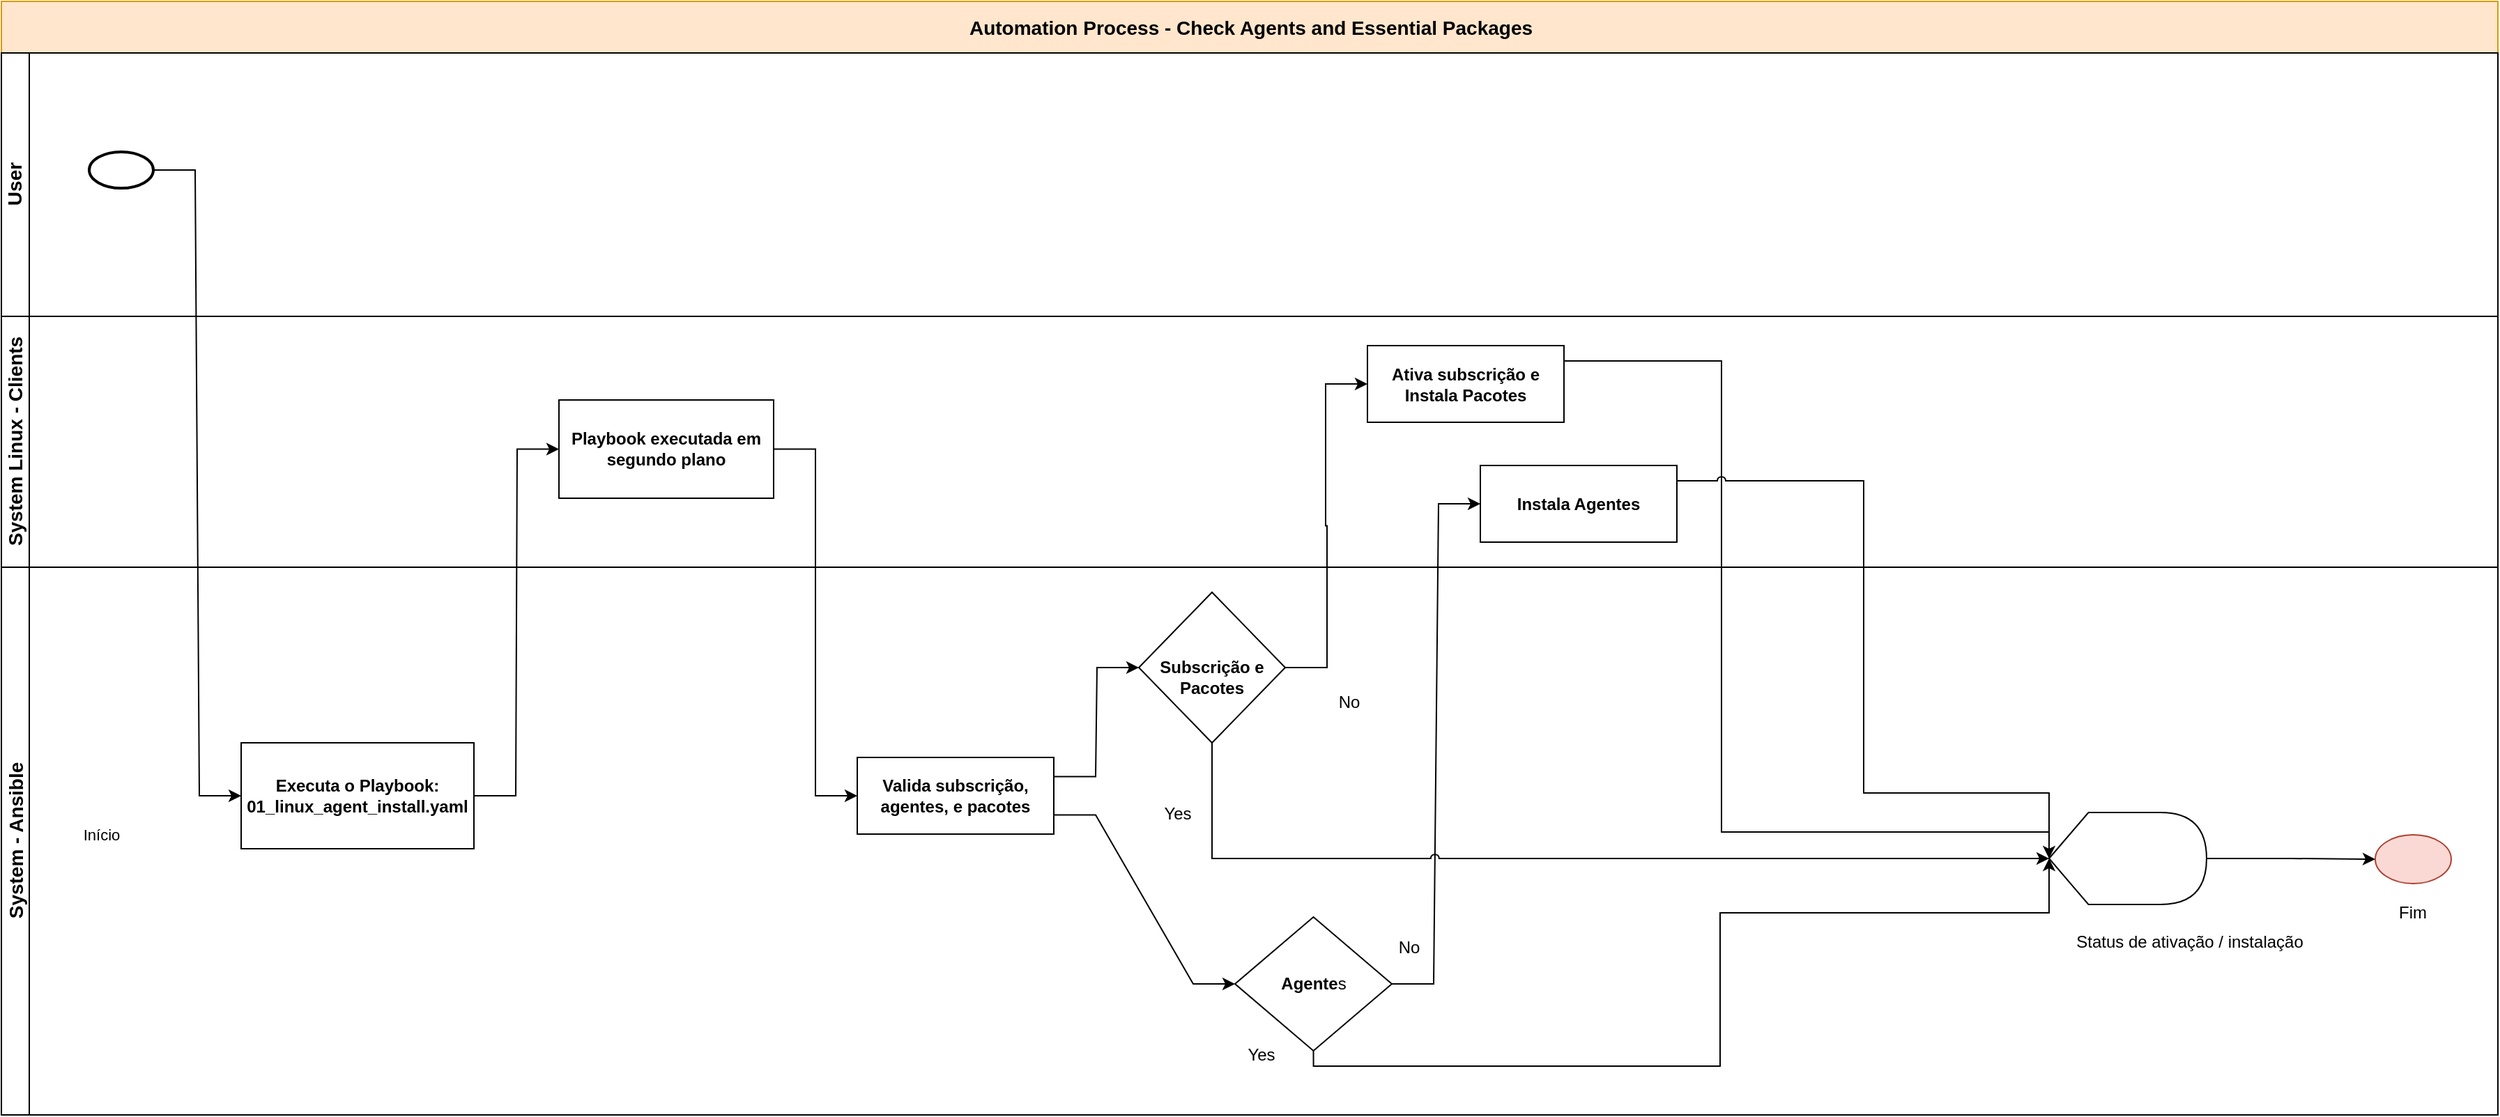
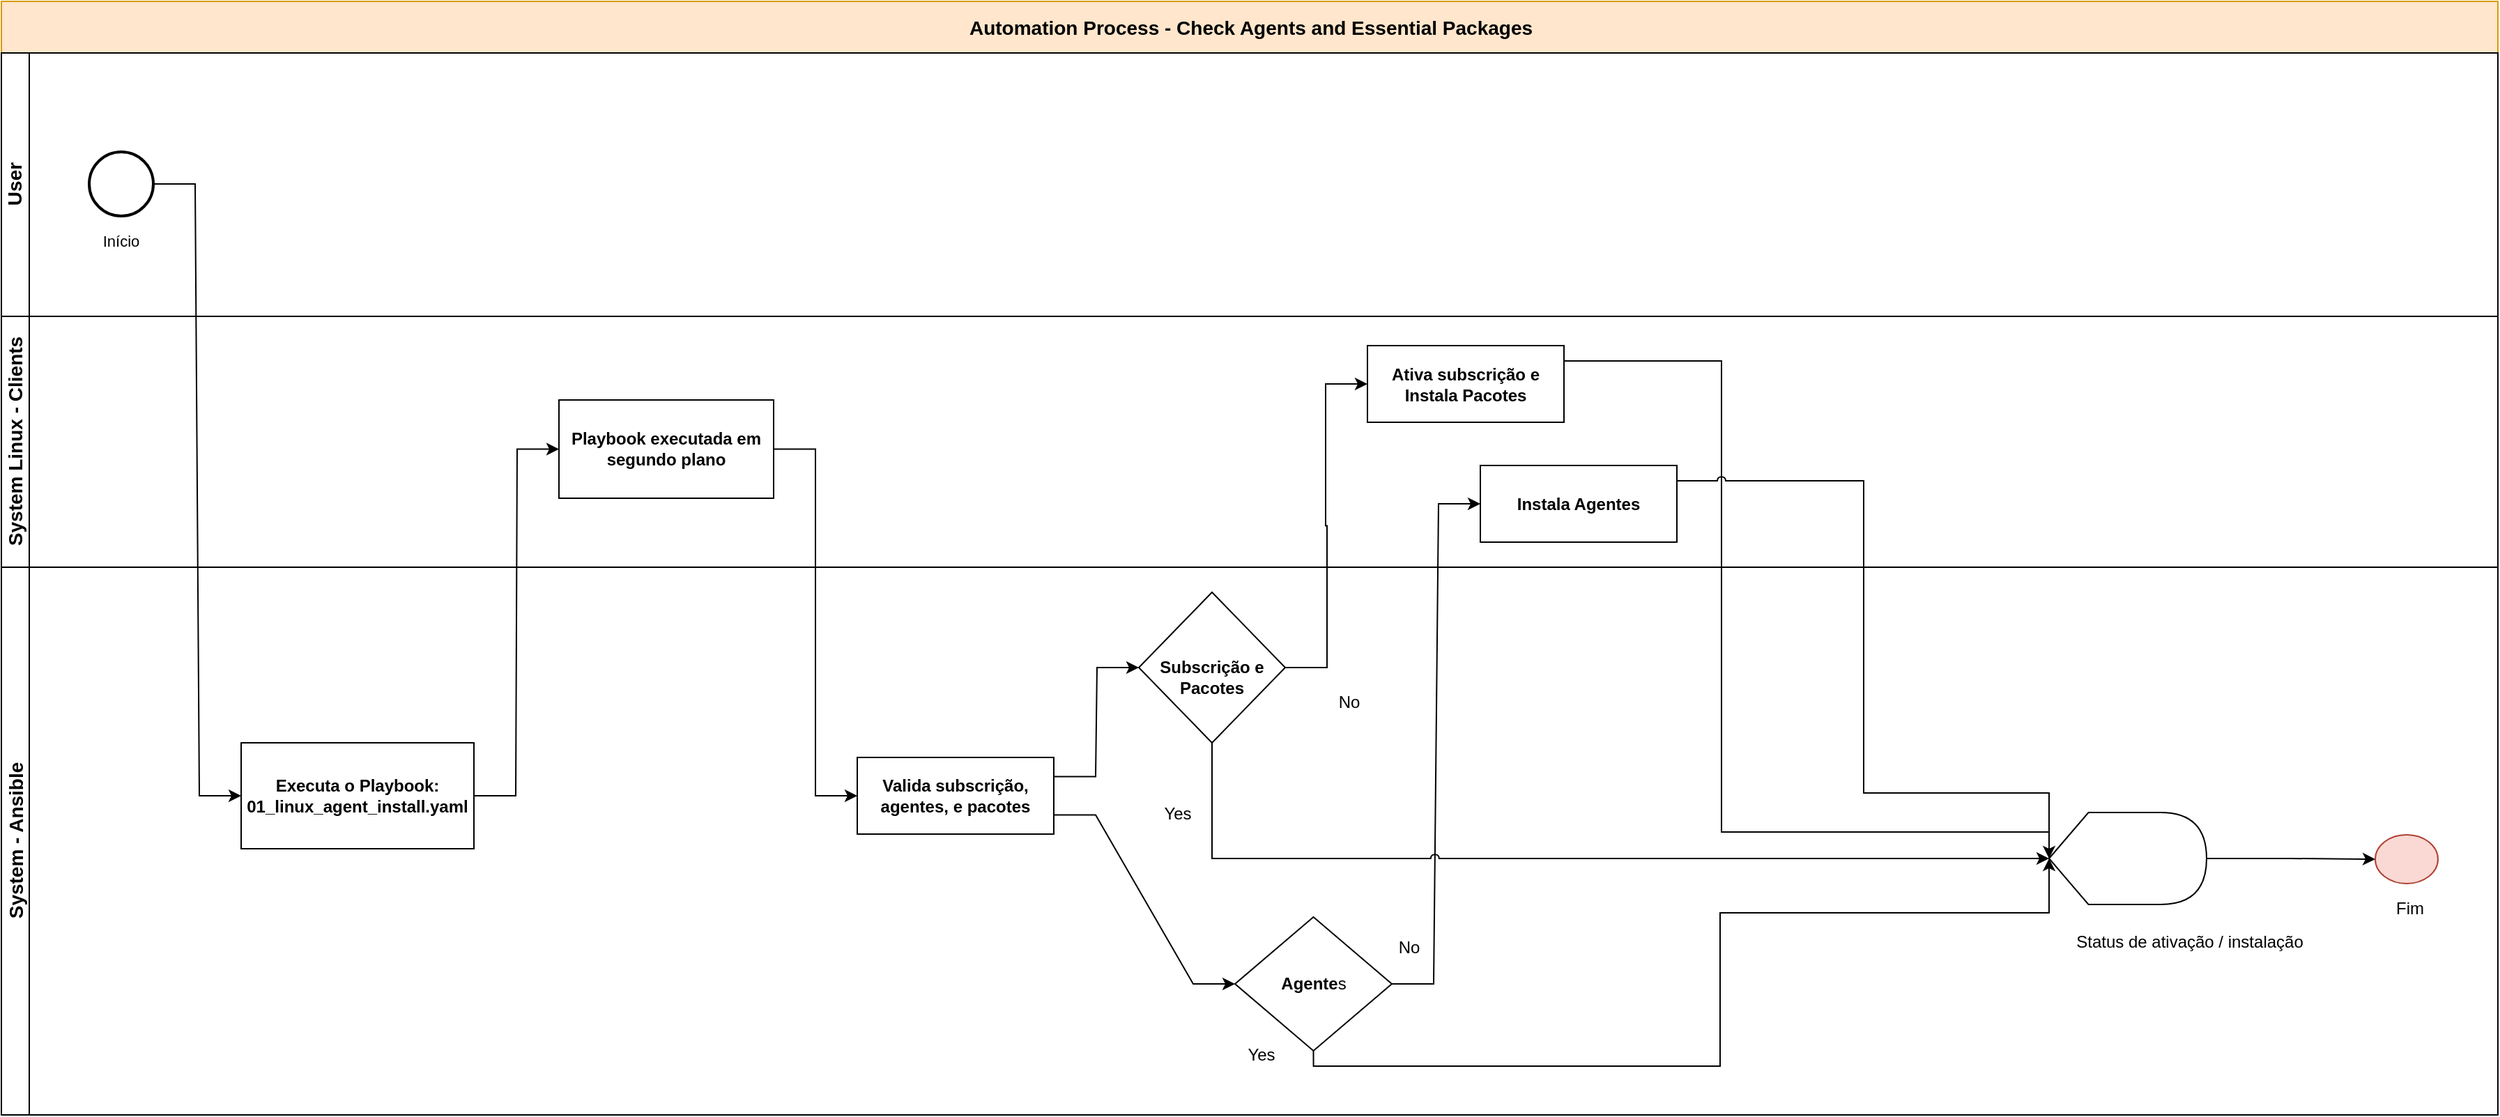
<mxfile host="app.diagrams.net">
  <diagram name="Page-1" id="64e8F4NmcQV0RyfO16XD">
    <mxGraphModel dx="2406" dy="1227" grid="0" gridSize="10" guides="1" tooltips="1" connect="1" arrows="1" fold="1" page="0" pageScale="1" pageWidth="850" pageHeight="1100" math="0" shadow="0">
      <root>
        <mxCell id="0" />
        <mxCell id="1" parent="0" />
        <mxCell id="l8U78lP06yOk8_NAmsvG-6" parent="1" style="swimlane;childLayout=stackLayout;resizeParent=1;resizeParentMax=0;horizontal=1;startSize=37;horizontalStack=0;html=1;fillColor=#ffe6cc;strokeColor=#d79b00;" value="&lt;font style=&quot;font-size: 14px;&quot;&gt;Automation Process - Check Agents and Essential Packages&lt;/font&gt;" vertex="1">
          <mxGeometry height="799" width="1791" x="-338" y="37" as="geometry" />
        </mxCell>
        <mxCell id="l8U78lP06yOk8_NAmsvG-7" parent="l8U78lP06yOk8_NAmsvG-6" style="swimlane;startSize=20;horizontal=0;html=1;" value="&lt;b&gt;&lt;font style=&quot;font-size: 14px;&quot;&gt;User&lt;/font&gt;&lt;/b&gt;" vertex="1">
          <mxGeometry height="189" width="1791" y="37" as="geometry" />
        </mxCell>
        <mxCell id="l8U78lP06yOk8_NAmsvG-2" parent="l8U78lP06yOk8_NAmsvG-7" style="strokeWidth=2;html=1;shape=mxgraph.flowchart.start_2;whiteSpace=wrap;" value="" vertex="1">
-           <mxGeometry height="26" width="46" x="63" y="71" as="geometry" />
+           <mxGeometry height="46" width="46" x="63" y="71" as="geometry" />
+         </mxCell>
+         <mxCell id="l8U78lP06yOk8_NAmsvG-11" parent="l8U78lP06yOk8_NAmsvG-7" style="text;html=1;whiteSpace=wrap;strokeColor=none;fillColor=none;align=center;verticalAlign=middle;rounded=0;" value="&lt;font style=&quot;font-size: 11px;&quot;&gt;Início&lt;/font&gt;" vertex="1">
+           <mxGeometry height="30" width="60" x="56" y="120" as="geometry" />
        </mxCell>
        <mxCell id="l8U78lP06yOk8_NAmsvG-16" edge="1" parent="l8U78lP06yOk8_NAmsvG-6" source="l8U78lP06yOk8_NAmsvG-13" style="endArrow=classic;html=1;rounded=0;exitX=1;exitY=0.5;exitDx=0;exitDy=0;edgeStyle=entityRelationEdgeStyle;entryX=0;entryY=0.5;entryDx=0;entryDy=0;endFill=1;" target="l8U78lP06yOk8_NAmsvG-15" value="">
          <mxGeometry height="50" relative="1" width="50" as="geometry">
            <mxPoint x="434" y="285" as="sourcePoint" />
            <mxPoint x="435" y="455" as="targetPoint" />
          </mxGeometry>
        </mxCell>
        <mxCell id="l8U78lP06yOk8_NAmsvG-18" edge="1" parent="l8U78lP06yOk8_NAmsvG-6" source="l8U78lP06yOk8_NAmsvG-17" style="endArrow=none;html=1;rounded=0;exitX=0;exitY=0.5;exitDx=0;exitDy=0;edgeStyle=entityRelationEdgeStyle;entryX=1;entryY=0.5;entryDx=0;entryDy=0;startArrow=classic;startFill=1;" target="l8U78lP06yOk8_NAmsvG-15" value="">
          <mxGeometry height="50" relative="1" width="50" as="geometry">
            <mxPoint x="511" y="587" as="sourcePoint" />
            <mxPoint x="572" y="409" as="targetPoint" />
          </mxGeometry>
        </mxCell>
        <mxCell id="l8U78lP06yOk8_NAmsvG-8" parent="l8U78lP06yOk8_NAmsvG-6" style="swimlane;startSize=20;horizontal=0;html=1;" value="&lt;font style=&quot;font-size: 14px;&quot;&gt;System Linux - Clients&lt;/font&gt;" vertex="1">
          <mxGeometry height="180" width="1791" y="226" as="geometry" />
        </mxCell>
        <mxCell id="l8U78lP06yOk8_NAmsvG-15" parent="l8U78lP06yOk8_NAmsvG-8" style="whiteSpace=wrap;html=1;strokeWidth=1;" value="&lt;b&gt;Playbook executada em segundo plano&lt;/b&gt;" vertex="1">
          <mxGeometry height="70.5" width="154" x="400" y="60" as="geometry" />
        </mxCell>
        <mxCell id="l8U78lP06yOk8_NAmsvG-28" parent="l8U78lP06yOk8_NAmsvG-8" style="whiteSpace=wrap;html=1;strokeWidth=1;" value="&lt;b&gt;Instala Agentes&lt;br&gt;&lt;/b&gt;" vertex="1">
          <mxGeometry height="55" width="141" x="1061" y="107" as="geometry" />
        </mxCell>
        <mxCell id="l8U78lP06yOk8_NAmsvG-31" parent="l8U78lP06yOk8_NAmsvG-8" style="whiteSpace=wrap;html=1;strokeWidth=1;" value="&lt;b&gt;Ativa subscrição e Instala Pacotes&lt;br&gt;&lt;/b&gt;" vertex="1">
          <mxGeometry height="55" width="141" x="980" y="21" as="geometry" />
        </mxCell>
        <mxCell id="l8U78lP06yOk8_NAmsvG-32" edge="1" parent="l8U78lP06yOk8_NAmsvG-6" source="l8U78lP06yOk8_NAmsvG-20" style="endArrow=classic;html=1;rounded=0;edgeStyle=entityRelationEdgeStyle;entryX=0;entryY=0.5;entryDx=0;entryDy=0;endFill=1;exitX=1;exitY=0.5;exitDx=0;exitDy=0;" target="l8U78lP06yOk8_NAmsvG-31" value="">
          <mxGeometry height="50" relative="1" width="50" as="geometry">
            <mxPoint x="1016" y="583" as="sourcePoint" />
            <mxPoint x="1076" y="368" as="targetPoint" />
          </mxGeometry>
        </mxCell>
        <mxCell id="l8U78lP06yOk8_NAmsvG-30" edge="1" parent="l8U78lP06yOk8_NAmsvG-6" source="l8U78lP06yOk8_NAmsvG-19" style="endArrow=classic;html=1;rounded=0;edgeStyle=entityRelationEdgeStyle;entryX=0;entryY=0.5;entryDx=0;entryDy=0;endFill=1;" target="l8U78lP06yOk8_NAmsvG-28" value="">
          <mxGeometry height="50" relative="1" width="50" as="geometry">
            <mxPoint x="880" y="358" as="sourcePoint" />
            <mxPoint x="999" y="287" as="targetPoint" />
          </mxGeometry>
        </mxCell>
        <mxCell id="l8U78lP06yOk8_NAmsvG-14" edge="1" parent="l8U78lP06yOk8_NAmsvG-6" source="l8U78lP06yOk8_NAmsvG-2" style="rounded=0;orthogonalLoop=1;jettySize=auto;html=1;edgeStyle=entityRelationEdgeStyle;" target="l8U78lP06yOk8_NAmsvG-13" value="">
          <mxGeometry relative="1" as="geometry" />
        </mxCell>
        <mxCell id="l8U78lP06yOk8_NAmsvG-9" parent="l8U78lP06yOk8_NAmsvG-6" style="swimlane;startSize=20;horizontal=0;html=1;" value="&lt;font style=&quot;font-size: 14px;&quot;&gt;System - Ansible&lt;/font&gt;" vertex="1">
          <mxGeometry height="393" width="1791" y="406" as="geometry" />
        </mxCell>
-         <mxCell id="l8U78lP06yOk8_NAmsvG-11" parent="l8U78lP06yOk8_NAmsvG-9" style="text;html=1;whiteSpace=wrap;strokeColor=none;fillColor=none;align=center;verticalAlign=middle;rounded=0;" value="&lt;font style=&quot;font-size: 11px;&quot;&gt;Início&lt;/font&gt;" vertex="1">
-           <mxGeometry height="30" width="60" x="42" y="176.5" as="geometry" />
-         </mxCell>
        <mxCell id="l8U78lP06yOk8_NAmsvG-13" parent="l8U78lP06yOk8_NAmsvG-9" style="whiteSpace=wrap;html=1;strokeWidth=1;" value="&lt;b&gt;Executa o Playbook: 01_linux_agent_install.yaml&lt;/b&gt;" vertex="1">
          <mxGeometry height="76" width="167" x="172" y="126" as="geometry" />
        </mxCell>
        <mxCell id="l8U78lP06yOk8_NAmsvG-17" parent="l8U78lP06yOk8_NAmsvG-9" style="whiteSpace=wrap;html=1;strokeWidth=1;" value="&lt;b&gt;Valida subscrição, agentes, e pacotes&lt;br&gt;&lt;/b&gt;" vertex="1">
          <mxGeometry height="55" width="141" x="614" y="136.5" as="geometry" />
        </mxCell>
        <mxCell id="l8U78lP06yOk8_NAmsvG-20" parent="l8U78lP06yOk8_NAmsvG-9" style="rhombus;whiteSpace=wrap;html=1;" value="&lt;div&gt;&lt;b&gt;&lt;br&gt;&lt;/b&gt;&lt;/div&gt;&lt;div&gt;&lt;b&gt;Subscrição e Pacotes&lt;/b&gt;&lt;/div&gt;" vertex="1">
          <mxGeometry height="108" width="105" x="816" y="18" as="geometry" />
        </mxCell>
        <mxCell id="l8U78lP06yOk8_NAmsvG-23" edge="1" parent="l8U78lP06yOk8_NAmsvG-9" source="l8U78lP06yOk8_NAmsvG-17" style="endArrow=classic;html=1;rounded=0;exitX=1;exitY=0.25;exitDx=0;exitDy=0;edgeStyle=entityRelationEdgeStyle;entryX=0;entryY=0.5;entryDx=0;entryDy=0;endFill=1;" target="l8U78lP06yOk8_NAmsvG-20" value="">
          <mxGeometry height="50" relative="1" width="50" as="geometry">
            <mxPoint x="841" y="203" as="sourcePoint" />
            <mxPoint x="960" y="132" as="targetPoint" />
          </mxGeometry>
        </mxCell>
        <mxCell id="l8U78lP06yOk8_NAmsvG-24" parent="l8U78lP06yOk8_NAmsvG-9" style="text;html=1;whiteSpace=wrap;strokeColor=none;fillColor=none;align=center;verticalAlign=middle;rounded=0;" value="Yes" vertex="1">
          <mxGeometry height="30" width="60" x="814" y="161.5" as="geometry" />
        </mxCell>
        <mxCell id="l8U78lP06yOk8_NAmsvG-25" parent="l8U78lP06yOk8_NAmsvG-9" style="text;html=1;whiteSpace=wrap;strokeColor=none;fillColor=none;align=center;verticalAlign=middle;rounded=0;" value="Yes" vertex="1">
          <mxGeometry height="30" width="60" x="874" y="335" as="geometry" />
        </mxCell>
        <mxCell id="l8U78lP06yOk8_NAmsvG-26" parent="l8U78lP06yOk8_NAmsvG-9" style="text;html=1;whiteSpace=wrap;strokeColor=none;fillColor=none;align=center;verticalAlign=middle;rounded=0;" value="No" vertex="1">
          <mxGeometry height="30" width="60" x="937" y="82" as="geometry" />
        </mxCell>
        <mxCell id="l8U78lP06yOk8_NAmsvG-27" parent="l8U78lP06yOk8_NAmsvG-9" style="text;html=1;whiteSpace=wrap;strokeColor=none;fillColor=none;align=center;verticalAlign=middle;rounded=0;" value="No" vertex="1">
          <mxGeometry height="30" width="60" x="980" y="258" as="geometry" />
        </mxCell>
        <mxCell id="l8U78lP06yOk8_NAmsvG-19" parent="l8U78lP06yOk8_NAmsvG-9" style="rhombus;whiteSpace=wrap;html=1;" value="&lt;b&gt;Agente&lt;/b&gt;s" vertex="1">
          <mxGeometry height="96" width="112.5" x="885" y="251" as="geometry" />
        </mxCell>
        <mxCell id="l8U78lP06yOk8_NAmsvG-22" edge="1" parent="l8U78lP06yOk8_NAmsvG-9" source="l8U78lP06yOk8_NAmsvG-17" style="endArrow=classic;html=1;rounded=0;exitX=1;exitY=0.75;exitDx=0;exitDy=0;edgeStyle=entityRelationEdgeStyle;entryX=0;entryY=0.5;entryDx=0;entryDy=0;endFill=1;" target="l8U78lP06yOk8_NAmsvG-19" value="">
          <mxGeometry height="50" relative="1" width="50" as="geometry">
            <mxPoint x="433" y="333" as="sourcePoint" />
            <mxPoint x="493" y="72" as="targetPoint" />
          </mxGeometry>
        </mxCell>
        <mxCell id="l8U78lP06yOk8_NAmsvG-43" parent="l8U78lP06yOk8_NAmsvG-9" style="text;html=1;whiteSpace=wrap;strokeColor=none;fillColor=none;align=center;verticalAlign=middle;rounded=0;" value="Status de ativação / instalação" vertex="1">
          <mxGeometry height="30" width="174" x="1483" y="254" as="geometry" />
        </mxCell>
        <mxCell id="l8U78lP06yOk8_NAmsvG-54" parent="l8U78lP06yOk8_NAmsvG-9" style="ellipse;whiteSpace=wrap;html=1;fillColor=#fad9d5;strokeColor=#ae4132;" value="" vertex="1">
-           <mxGeometry height="35" width="54.5" x="1703" y="192" as="geometry" />
+           <mxGeometry height="35" width="45" x="1703" y="192" as="geometry" />
        </mxCell>
        <mxCell id="l8U78lP06yOk8_NAmsvG-56" parent="l8U78lP06yOk8_NAmsvG-9" style="text;html=1;whiteSpace=wrap;strokeColor=none;fillColor=none;align=center;verticalAlign=middle;rounded=0;" value="Fim" vertex="1">
-           <mxGeometry height="30" width="94" x="1683.25" y="233" as="geometry" />
+           <mxGeometry height="30" width="94" x="1681.25" y="230" as="geometry" />
+         </mxCell>
+         <mxCell id="l8U78lP06yOk8_NAmsvG-57" edge="1" parent="l8U78lP06yOk8_NAmsvG-9" source="l8U78lP06yOk8_NAmsvG-56" style="edgeStyle=orthogonalEdgeStyle;rounded=0;orthogonalLoop=1;jettySize=auto;html=1;exitX=0.5;exitY=1;exitDx=0;exitDy=0;" target="l8U78lP06yOk8_NAmsvG-56">
+           <mxGeometry relative="1" as="geometry" />
        </mxCell>
        <mxCell id="l8U78lP06yOk8_NAmsvG-55" edge="1" parent="1" source="l8U78lP06yOk8_NAmsvG-42" style="edgeStyle=orthogonalEdgeStyle;rounded=0;orthogonalLoop=1;jettySize=auto;html=1;" target="l8U78lP06yOk8_NAmsvG-54" value="">
          <mxGeometry relative="1" as="geometry" />
        </mxCell>
        <mxCell id="l8U78lP06yOk8_NAmsvG-42" parent="1" style="shape=display;whiteSpace=wrap;html=1;" value="" vertex="1">
          <mxGeometry height="66" width="113" x="1131" y="619" as="geometry" />
        </mxCell>
        <mxCell id="l8U78lP06yOk8_NAmsvG-44" edge="1" parent="1" source="l8U78lP06yOk8_NAmsvG-42" style="endArrow=none;html=1;rounded=0;edgeStyle=orthogonalEdgeStyle;entryX=1;entryY=0.5;entryDx=0;entryDy=0;endFill=0;exitX=0;exitY=0.5;exitDx=0;exitDy=0;exitPerimeter=0;" target="l8U78lP06yOk8_NAmsvG-31" value="">
          <mxGeometry height="50" relative="1" width="50" as="geometry">
            <Array as="points">
              <mxPoint x="1131" y="633" />
              <mxPoint x="896" y="633" />
              <mxPoint x="896" y="295" />
            </Array>
            <mxPoint x="930" y="659" as="sourcePoint" />
            <mxPoint x="990" y="307" as="targetPoint" />
          </mxGeometry>
        </mxCell>
        <mxCell id="l8U78lP06yOk8_NAmsvG-45" edge="1" parent="1" source="l8U78lP06yOk8_NAmsvG-42" style="endArrow=none;html=1;rounded=0;entryX=1;entryY=0.5;entryDx=0;entryDy=0;endFill=0;exitX=0;exitY=0.5;exitDx=0;exitDy=0;exitPerimeter=0;edgeStyle=orthogonalEdgeStyle;startArrow=classic;startFill=1;jumpStyle=arc;" target="l8U78lP06yOk8_NAmsvG-28" value="">
          <mxGeometry height="50" relative="1" width="50" as="geometry">
            <Array as="points">
              <mxPoint x="1131" y="605" />
              <mxPoint x="998" y="605" />
              <mxPoint x="998" y="381" />
            </Array>
            <mxPoint x="1006" y="661" as="sourcePoint" />
            <mxPoint x="850" y="312" as="targetPoint" />
          </mxGeometry>
        </mxCell>
        <mxCell id="l8U78lP06yOk8_NAmsvG-47" edge="1" parent="1" source="l8U78lP06yOk8_NAmsvG-42" style="endArrow=none;html=1;rounded=0;edgeStyle=orthogonalEdgeStyle;entryX=0.5;entryY=1;entryDx=0;entryDy=0;endFill=0;exitX=0;exitY=0.5;exitDx=0;exitDy=0;exitPerimeter=0;jumpStyle=arc;startArrow=classic;startFill=1;" target="l8U78lP06yOk8_NAmsvG-20" value="">
          <mxGeometry height="50" relative="1" width="50" as="geometry">
            <mxPoint x="1245" y="944.5" as="sourcePoint" />
            <mxPoint x="897" y="587.5" as="targetPoint" />
          </mxGeometry>
        </mxCell>
        <mxCell id="l8U78lP06yOk8_NAmsvG-48" edge="1" parent="1" source="l8U78lP06yOk8_NAmsvG-42" style="endArrow=none;html=1;rounded=0;edgeStyle=orthogonalEdgeStyle;entryX=0.5;entryY=1;entryDx=0;entryDy=0;endFill=0;exitX=0;exitY=0.5;exitDx=0;exitDy=0;exitPerimeter=0;jumpStyle=arc;startArrow=classic;startFill=1;" target="l8U78lP06yOk8_NAmsvG-19" value="">
          <mxGeometry height="50" relative="1" width="50" as="geometry">
            <Array as="points">
              <mxPoint x="1131" y="691" />
              <mxPoint x="895" y="691" />
              <mxPoint x="895" y="801" />
              <mxPoint x="603" y="801" />
            </Array>
            <mxPoint x="1557" y="735" as="sourcePoint" />
            <mxPoint x="954" y="673" as="targetPoint" />
          </mxGeometry>
        </mxCell>
      </root>
    </mxGraphModel>
  </diagram>
</mxfile>
